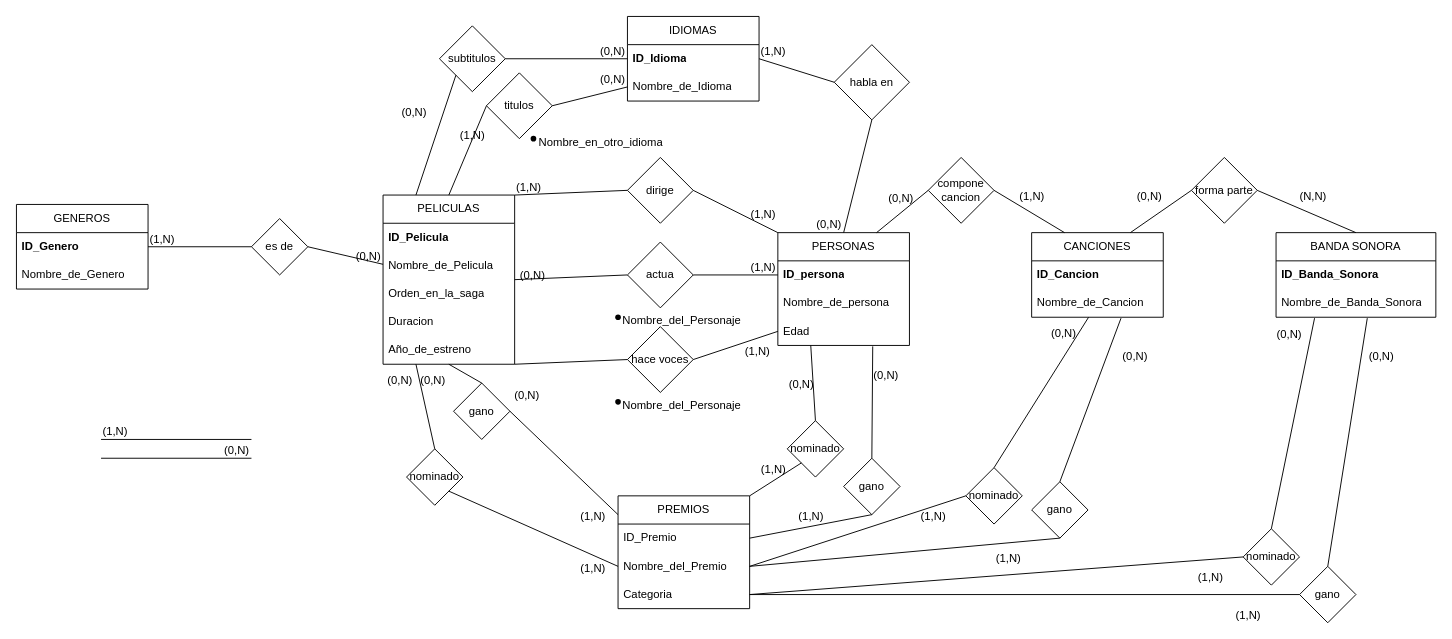
Before: omdb.drawio in kolodani/AUS_Base_de_datos, a draw.io diagram. Source tidied: cells renumbered, new cells numbered last; positions are measured from the earlier drawing's top-left corner, leaving out a move shared by most shapes. Both pictures are drawn from the tidied source at 94%, with x=0, y=0 at pixel (16, 16).
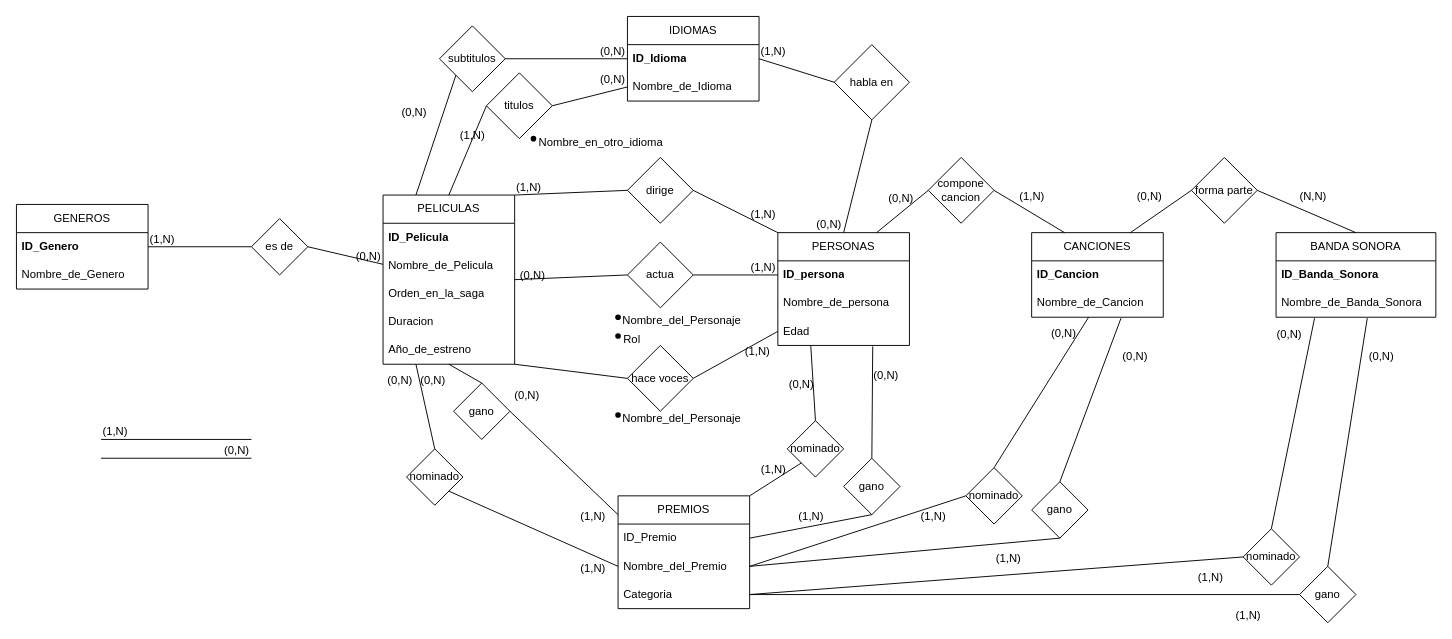
The same page after the edit.

Commit message:
Agrego rol a la relacion actua

What changed in the source:
```diff
@@
     <mxCell id="25" value="hace voces" style="rhombus;whiteSpace=wrap;html=1;" parent="1" vertex="1">
-      <mxGeometry x="650" y="330" width="70" height="70" as="geometry" />
+      <mxGeometry x="650" y="350" width="70" height="70" as="geometry" />
     </mxCell>
@@
     <mxCell id="75" style="group;" parent="1" vertex="1">
-      <mxGeometry x="630" y="400" width="150" height="30" as="geometry" />
+      <mxGeometry x="630" y="414" width="150" height="30" as="geometry" />
     </mxCell>
@@
+    <mxCell id="126" style="group;" parent="1" vertex="1">
+      <mxGeometry x="630" y="330" width="50" height="30" as="geometry" />
+    </mxCell>
+    <mxCell id="127" value="Rol" style="text;strokeColor=none;fillColor=none;spacingLeft=4;spacingRight=4;overflow=hidden;fontSize=12;whiteSpace=wrap;html=1;" parent="126" vertex="1">
+      <mxGeometry x="10" width="40" height="30" as="geometry" />
+    </mxCell>
+    <mxCell id="128" style="shape=waypoint;sketch=0;fillStyle=solid;size=6;fillColor=none;perimeter=centerPerimeter;" parent="126" vertex="1">
+      <mxGeometry width="20" height="20" as="geometry" />
+    </mxCell>
```
